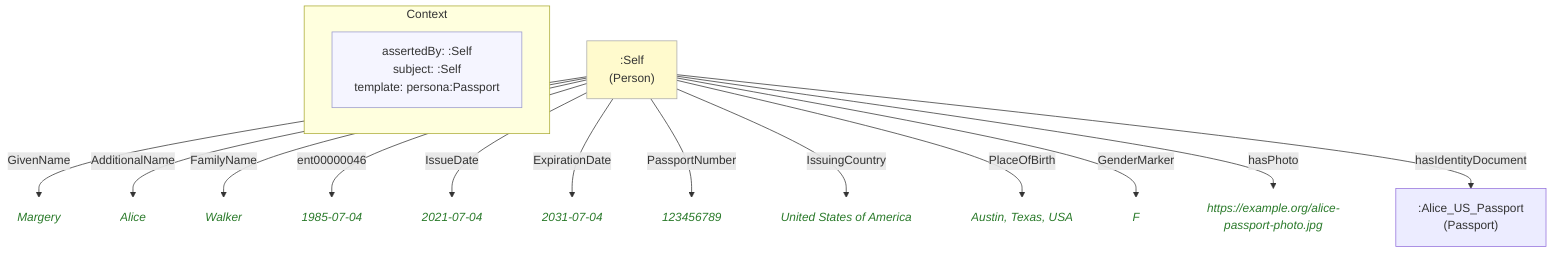
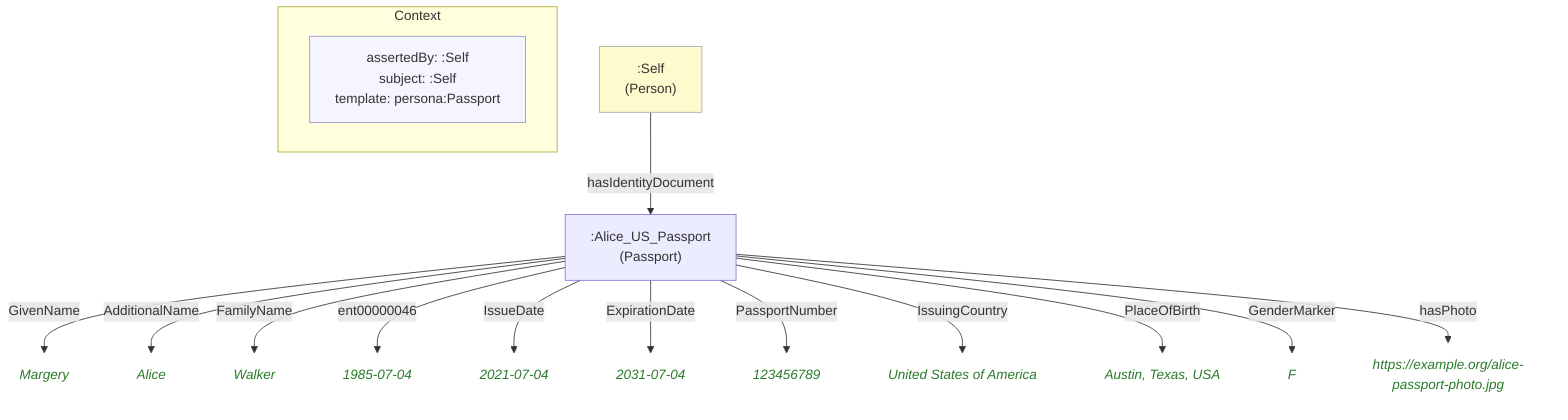
flowchart TD
    classDef person fill:#fffacd,stroke:#aaa,color:#333
    classDef grp    fill:#d4edda,stroke:#aaa,color:#333
    classDef org    fill:#cce5ff,stroke:#aaa,color:#333
    classDef lit    fill:none,stroke:none,font-style:italic,color:#2a7a2a
    classDef meta   fill:#f5f5ff,stroke:#9999cc,color:#333

    subgraph ctx["Context"]
        direction LR
        ctx_meta["assertedBy: :Self\nsubject: :Self\ntemplate: persona:Passport"]:::meta
    end

    n1e9b86ff4c78[":Alice_US_Passport\n(Passport)"]
+     n917bfe1ce203("Margery"):::lit
+     na6d8ec642836("Alice"):::lit
+     nf444f017a7d6("Walker"):::lit
+     nefbd67954f96("1985-07-04"):::lit
+     n37d937576920("2021-07-04"):::lit
+     n9376a677dda1("2031-07-04"):::lit
+     n7858cc723ecb("123456789"):::lit
+     n187ac49d58bd("United States of America"):::lit
+     na9b977cfb917("Austin, Texas, USA"):::lit
+     nae5e60f58ea6("F"):::lit
+     n0b3af7b5a715("https://example.org/alice-passport-photo.jpg"):::lit
    ne0c3ba92f1db[":Self\n(Person)"]:::person
-     nc18b749b7e4d("Margery"):::lit
-     ndeb18f0b8625("Alice"):::lit
-     n5bce13d36c03("Walker"):::lit
-     n66f892725a19("1985-07-04"):::lit
-     naa7fe000aa2d("2021-07-04"):::lit
-     n480fa7e56c2b("2031-07-04"):::lit
-     n11334113898a("123456789"):::lit
-     n81927fe6d7a4("United States of America"):::lit
-     na34c246b24fa("Austin, Texas, USA"):::lit
-     nacde15ce702b("F"):::lit
-     nd1310d4db60a("https://example.org/alice-passport-photo.jpg"):::lit

-     ne0c3ba92f1db -->|"GivenName"| nc18b749b7e4d
-     ne0c3ba92f1db -->|"AdditionalName"| ndeb18f0b8625
-     ne0c3ba92f1db -->|"FamilyName"| n5bce13d36c03
-     ne0c3ba92f1db -->|"ent00000046"| n66f892725a19
-     ne0c3ba92f1db -->|"IssueDate"| naa7fe000aa2d
-     ne0c3ba92f1db -->|"ExpirationDate"| n480fa7e56c2b
-     ne0c3ba92f1db -->|"PassportNumber"| n11334113898a
-     ne0c3ba92f1db -->|"IssuingCountry"| n81927fe6d7a4
-     ne0c3ba92f1db -->|"PlaceOfBirth"| na34c246b24fa
-     ne0c3ba92f1db -->|"GenderMarker"| nacde15ce702b
-     ne0c3ba92f1db -->|"hasPhoto"| nd1310d4db60a
+     n1e9b86ff4c78 -->|"GivenName"| n917bfe1ce203
+     n1e9b86ff4c78 -->|"AdditionalName"| na6d8ec642836
+     n1e9b86ff4c78 -->|"FamilyName"| nf444f017a7d6
+     n1e9b86ff4c78 -->|"ent00000046"| nefbd67954f96
+     n1e9b86ff4c78 -->|"IssueDate"| n37d937576920
+     n1e9b86ff4c78 -->|"ExpirationDate"| n9376a677dda1
+     n1e9b86ff4c78 -->|"PassportNumber"| n7858cc723ecb
+     n1e9b86ff4c78 -->|"IssuingCountry"| n187ac49d58bd
+     n1e9b86ff4c78 -->|"PlaceOfBirth"| na9b977cfb917
+     n1e9b86ff4c78 -->|"GenderMarker"| nae5e60f58ea6
+     n1e9b86ff4c78 -->|"hasPhoto"| n0b3af7b5a715
    ne0c3ba92f1db -->|"hasIdentityDocument"| n1e9b86ff4c78
